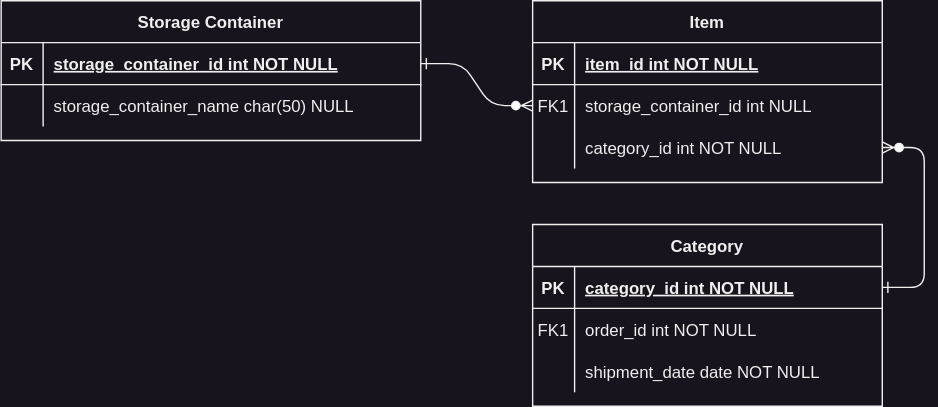
This is docs/requirements/v1.0/entity_relationship_diagram.svg from werebear73/BoxContains, a draw.io export, as it was before one commit. Source tidied: cells renumbered, new cells last; positions are measured from the earlier drawing's top-left corner, leaving out a move shared by most shapes.
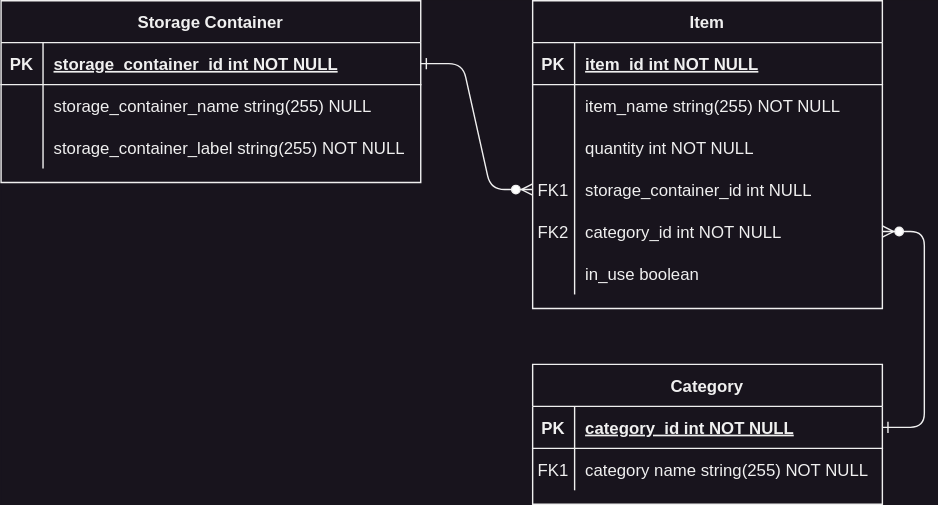
After the change.

What changed in the source:
```diff
@@ -6,7 +6,7 @@
       <mxGeometry relative="1" as="geometry" />
     </mxCell>
     <mxCell id="3" value="Item" style="shape=table;startSize=30;rowLines=0;fontStyle=1;align=center;" parent="1" vertex="1">
-      <mxGeometry x="380" width="250" height="130" as="geometry" />
+      <mxGeometry x="380" width="250" height="220" as="geometry" />
     </mxCell>
     <mxCell id="4" style="shape=partialRectangle;fillColor=none;top=0;left=0;right=0;bottom=1;" parent="3" vertex="1">
       <mxGeometry y="30" width="250" height="30" as="geometry" />
@@ -17,8 +17,26 @@
     <mxCell id="6" value="item_id int NOT NULL " style="shape=partialRectangle;overflow=hidden;fillColor=none;top=0;left=0;bottom=0;right=0;align=left;spacingLeft=6;fontStyle=5;" parent="4" vertex="1">
       <mxGeometry x="30" width="220" height="30" as="geometry" />
     </mxCell>
+    <mxCell id="31" style="shape=tableRow;horizontal=0;startSize=0;swimlaneHead=0;swimlaneBody=0;fillColor=none;top=0;left=0;right=0;bottom=0;" parent="3" vertex="1">
+      <mxGeometry y="60" width="250" height="30" as="geometry" />
+    </mxCell>
+    <mxCell id="32" style="shape=partialRectangle;fillColor=none;top=0;left=0;bottom=0;right=0;overflow=hidden;" parent="31" vertex="1">
+      <mxGeometry width="30" height="30" as="geometry" />
+    </mxCell>
+    <mxCell id="33" value="item_name string(255) NOT NULL" style="shape=partialRectangle;fillColor=none;top=0;left=0;bottom=0;right=0;align=left;spacingLeft=6;overflow=hidden;" parent="31" vertex="1">
+      <mxGeometry x="30" width="220" height="30" as="geometry" />
+    </mxCell>
+    <mxCell id="34" style="shape=tableRow;horizontal=0;startSize=0;swimlaneHead=0;swimlaneBody=0;fillColor=none;top=0;left=0;right=0;bottom=0;" parent="3" vertex="1">
+      <mxGeometry y="90" width="250" height="30" as="geometry" />
+    </mxCell>
+    <mxCell id="35" style="shape=partialRectangle;fillColor=none;top=0;left=0;bottom=0;right=0;overflow=hidden;" parent="34" vertex="1">
+      <mxGeometry width="30" height="30" as="geometry" />
+    </mxCell>
+    <mxCell id="36" value="quantity int NOT NULL" style="shape=partialRectangle;fillColor=none;top=0;left=0;bottom=0;right=0;align=left;spacingLeft=6;overflow=hidden;" parent="34" vertex="1">
+      <mxGeometry x="30" width="220" height="30" as="geometry" />
+    </mxCell>
     <mxCell id="7" style="shape=partialRectangle;fillColor=none;points=[[0,0.5],[1,0.5]];portConstraint=eastwest;top=0;left=0;right=0;bottom=0;" parent="3" vertex="1">
-      <mxGeometry y="60" width="250" height="30" as="geometry" />
+      <mxGeometry y="120" width="250" height="30" as="geometry" />
     </mxCell>
     <mxCell id="8" value="FK1" style="shape=partialRectangle;overflow=hidden;fillColor=none;top=0;left=0;bottom=0;right=0;" parent="7" vertex="1">
       <mxGeometry width="30" height="30" as="geometry" />
@@ -27,16 +45,25 @@
       <mxGeometry x="30" width="220" height="30" as="geometry" />
     </mxCell>
     <mxCell id="10" style="shape=partialRectangle;fillColor=none;points=[[0,0.5],[1,0.5]];portConstraint=eastwest;top=0;left=0;right=0;bottom=0;" parent="3" vertex="1">
-      <mxGeometry y="90" width="250" height="30" as="geometry" />
+      <mxGeometry y="150" width="250" height="30" as="geometry" />
     </mxCell>
-    <mxCell id="11" style="shape=partialRectangle;overflow=hidden;fillColor=none;top=0;left=0;bottom=0;right=0;" parent="10" vertex="1">
+    <mxCell id="11" value="FK2" style="shape=partialRectangle;overflow=hidden;fillColor=none;top=0;left=0;bottom=0;right=0;" parent="10" vertex="1">
       <mxGeometry width="30" height="30" as="geometry" />
     </mxCell>
     <mxCell id="12" value="category_id int NOT NULL" style="shape=partialRectangle;overflow=hidden;fillColor=none;top=0;left=0;bottom=0;right=0;align=left;spacingLeft=6;" parent="10" vertex="1">
       <mxGeometry x="30" width="220" height="30" as="geometry" />
     </mxCell>
+    <mxCell id="37" style="shape=tableRow;horizontal=0;startSize=0;swimlaneHead=0;swimlaneBody=0;fillColor=none;top=0;left=0;right=0;bottom=0;" parent="3" vertex="1">
+      <mxGeometry y="180" width="250" height="30" as="geometry" />
+    </mxCell>
+    <mxCell id="38" style="shape=partialRectangle;fillColor=none;top=0;left=0;bottom=0;right=0;overflow=hidden;" parent="37" vertex="1">
+      <mxGeometry width="30" height="30" as="geometry" />
+    </mxCell>
+    <mxCell id="39" value="in_use boolean" style="shape=partialRectangle;fillColor=none;top=0;left=0;bottom=0;right=0;align=left;spacingLeft=6;overflow=hidden;" parent="37" vertex="1">
+      <mxGeometry x="30" width="220" height="30" as="geometry" />
+    </mxCell>
     <mxCell id="13" value="Category" style="shape=table;startSize=30;rowLines=0;fontStyle=1;align=center;" parent="1" vertex="1">
-      <mxGeometry x="380" y="160" width="250" height="130" as="geometry" />
+      <mxGeometry x="380" y="260" width="250" height="100" as="geometry" />
     </mxCell>
     <mxCell id="14" style="shape=partialRectangle;fillColor=none;points=[[0,0.5],[1,0.5]];portConstraint=eastwest;top=0;left=0;right=0;bottom=1;" parent="13" vertex="1">
       <mxGeometry y="30" width="250" height="30" as="geometry" />
@@ -53,20 +80,11 @@
     <mxCell id="18" value="FK1" style="shape=partialRectangle;overflow=hidden;fillColor=none;top=0;left=0;bottom=0;right=0;" parent="17" vertex="1">
       <mxGeometry width="30" height="30" as="geometry" />
     </mxCell>
-    <mxCell id="19" value="order_id int NOT NULL" style="shape=partialRectangle;overflow=hidden;fillColor=none;top=0;left=0;bottom=0;right=0;align=left;spacingLeft=6;" parent="17" vertex="1">
+    <mxCell id="19" value="category name string(255) NOT NULL" style="shape=partialRectangle;overflow=hidden;fillColor=none;top=0;left=0;bottom=0;right=0;align=left;spacingLeft=6;" parent="17" vertex="1">
       <mxGeometry x="30" width="220" height="30" as="geometry" />
     </mxCell>
-    <mxCell id="20" style="shape=partialRectangle;fillColor=none;top=0;left=0;right=0;bottom=0;" parent="13" vertex="1">
-      <mxGeometry y="90" width="250" height="30" as="geometry" />
-    </mxCell>
-    <mxCell id="21" style="shape=partialRectangle;overflow=hidden;fillColor=none;top=0;left=0;bottom=0;right=0;" parent="20" vertex="1">
-      <mxGeometry width="30" height="30" as="geometry" />
-    </mxCell>
-    <mxCell id="22" value="shipment_date date NOT NULL" style="shape=partialRectangle;overflow=hidden;fillColor=none;top=0;left=0;bottom=0;right=0;align=left;spacingLeft=6;" parent="20" vertex="1">
-      <mxGeometry x="30" width="220" height="30" as="geometry" />
-    </mxCell>
     <mxCell id="23" value="Storage Container" style="shape=table;startSize=30;rowLines=0;fontStyle=1;align=center;" parent="1" vertex="1">
-      <mxGeometry width="300" height="100" as="geometry" />
+      <mxGeometry width="300" height="130" as="geometry" />
     </mxCell>
     <mxCell id="24" style="shape=partialRectangle;fillColor=none;points=[[0,0.5],[1,0.5]];portConstraint=eastwest;top=0;left=0;right=0;bottom=1;" parent="23" vertex="1">
       <mxGeometry y="30" width="300" height="30" as="geometry" />
@@ -83,9 +101,18 @@
     <mxCell id="28" style="shape=partialRectangle;overflow=hidden;fillColor=none;top=0;left=0;bottom=0;right=0;" parent="27" vertex="1">
       <mxGeometry width="30" height="30" as="geometry" />
     </mxCell>
-    <mxCell id="29" value="storage_container_name char(50) NULL" style="shape=partialRectangle;overflow=hidden;fillColor=none;top=0;left=0;bottom=0;right=0;align=left;spacingLeft=6;" parent="27" vertex="1">
+    <mxCell id="29" value="storage_container_name string(255) NULL" style="shape=partialRectangle;overflow=hidden;fillColor=none;top=0;left=0;bottom=0;right=0;align=left;spacingLeft=6;" parent="27" vertex="1">
       <mxGeometry x="30" width="270" height="30" as="geometry" />
     </mxCell>
+    <mxCell id="40" style="shape=tableRow;horizontal=0;startSize=0;swimlaneHead=0;swimlaneBody=0;fillColor=none;top=0;left=0;right=0;bottom=0;" parent="23" vertex="1">
+      <mxGeometry y="90" width="300" height="30" as="geometry" />
+    </mxCell>
+    <mxCell id="41" style="shape=partialRectangle;fillColor=none;top=0;left=0;bottom=0;right=0;overflow=hidden;" parent="40" vertex="1">
+      <mxGeometry width="30" height="30" as="geometry" />
+    </mxCell>
+    <mxCell id="42" value="storage_container_label string(255) NOT NULL" style="shape=partialRectangle;fillColor=none;top=0;left=0;bottom=0;right=0;align=left;spacingLeft=6;overflow=hidden;" parent="40" vertex="1">
+      <mxGeometry x="30" width="270" height="30" as="geometry" />
+    </mxCell>
     <mxCell id="30" style="edgeStyle=entityRelationEdgeStyle;endArrow=ERzeroToMany;startArrow=ERone;endFill=1;startFill=0;exitX=1;exitY=0.5;exitDx=0;exitDy=0;entryX=1;entryY=0.5;entryDx=0;entryDy=0;" parent="1" edge="1" source="14" target="10">
       <mxGeometry relative="1" as="geometry" />
     </mxCell>
```
